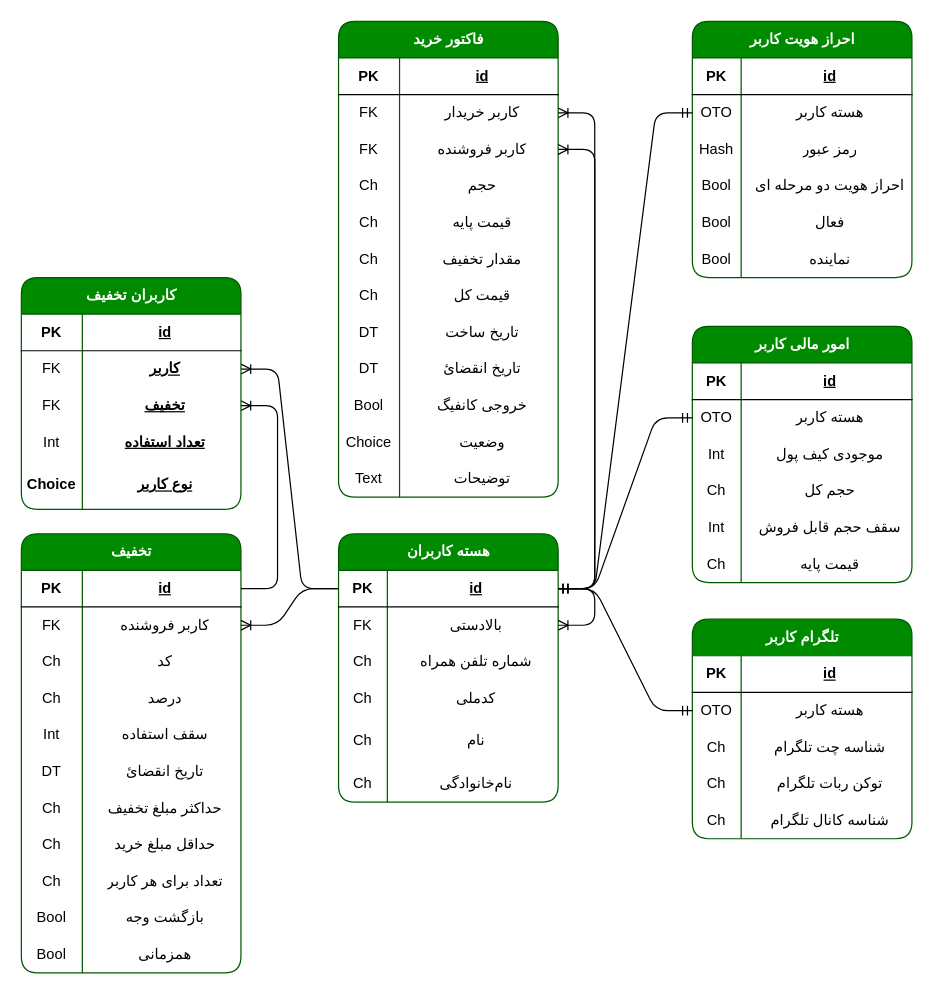
Before: DBMap.drawio in rasraz/representative_panel, a draw.io diagram. Source tidied: cells renumbered, new cells numbered last; positions are measured from the earlier drawing's top-left corner, leaving out a move shared by most shapes. Both pictures are drawn from the tidied source at 122%, with x=0, y=0 at pixel (21, 21).
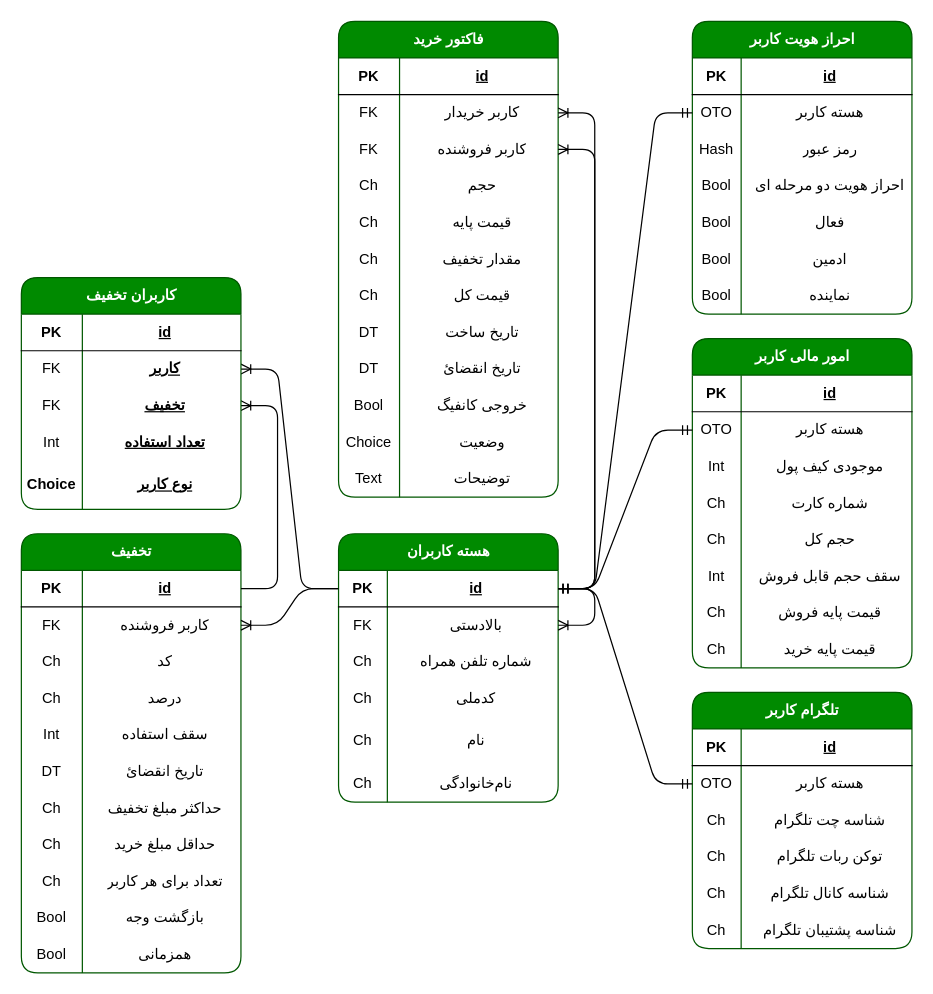
After the change.

What changed in the source:
```diff
@@
     <mxCell id="96" value="احراز هویت کاربر" style="shape=table;startSize=30;childLayout=tableLayout;rowLines=0;fontStyle=1;align=center;html=1;rounded=1;fillColor=#008a00;fontColor=#ffffff;strokeColor=#005700;swimlaneFillColor=default;" parent="1" vertex="1">
-      <mxGeometry x="550" width="180" height="210" as="geometry" />
+      <mxGeometry x="550" width="180" height="240" as="geometry" />
     </mxCell>
@@
+    <mxCell id="171" style="shape=tableRow;horizontal=0;startSize=0;swimlaneHead=0;swimlaneBody=0;fillColor=none;top=0;left=0;right=0;bottom=0;swimlaneFillColor=default;" parent="96" vertex="1">
+      <mxGeometry y="180" width="180" height="30" as="geometry" />
+    </mxCell>
+    <mxCell id="172" value="Bool" style="shape=partialRectangle;fillColor=none;top=0;left=0;bottom=0;right=0;overflow=hidden;whiteSpace=wrap;html=1;swimlaneFillColor=default;" parent="171" vertex="1">
+      <mxGeometry width="40" height="30" as="geometry" />
+    </mxCell>
+    <mxCell id="173" value="ادمین" style="shape=partialRectangle;fillColor=none;top=0;left=0;bottom=0;right=0;align=center;spacingLeft=6;overflow=hidden;whiteSpace=wrap;html=1;swimlaneFillColor=default;" parent="171" vertex="1">
+      <mxGeometry x="40" width="140" height="30" as="geometry" />
+    </mxCell>
     <mxCell id="112" style="shape=tableRow;horizontal=0;startSize=0;swimlaneHead=0;swimlaneBody=0;fillColor=none;top=0;left=0;right=0;bottom=0;swimlaneFillColor=default;" parent="96" vertex="1">
-      <mxGeometry y="180" width="180" height="30" as="geometry" />
+      <mxGeometry y="210" width="180" height="30" as="geometry" />
     </mxCell>
@@
     <mxCell id="115" value="امور مالی کاربر" style="shape=table;startSize=30;childLayout=tableLayout;rowLines=0;fontStyle=1;align=center;html=1;rounded=1;fillColor=#008a00;fontColor=#ffffff;strokeColor=#005700;swimlaneFillColor=default;" parent="1" vertex="1">
-      <mxGeometry x="550" y="250" width="180" height="210" as="geometry" />
+      <mxGeometry x="550" y="260" width="180" height="270" as="geometry" />
     </mxCell>
@@
+    <mxCell id="174" style="shape=tableRow;horizontal=0;startSize=0;swimlaneHead=0;swimlaneBody=0;fillColor=none;top=0;left=0;right=0;bottom=0;swimlaneFillColor=default;fontColor=#ffffff;strokeColor=#006EAF;" parent="115" vertex="1">
+      <mxGeometry y="120" width="180" height="30" as="geometry" />
+    </mxCell>
+    <mxCell id="175" value="Ch" style="shape=partialRectangle;fillColor=none;top=0;left=0;bottom=0;right=0;overflow=hidden;whiteSpace=wrap;html=1;swimlaneFillColor=default;" parent="174" vertex="1">
+      <mxGeometry width="40" height="30" as="geometry" />
+    </mxCell>
+    <mxCell id="176" value="شماره کارت" style="shape=partialRectangle;fillColor=none;top=0;left=0;bottom=0;right=0;align=center;spacingLeft=6;overflow=hidden;whiteSpace=wrap;html=1;swimlaneFillColor=default;" parent="174" vertex="1">
+      <mxGeometry x="40" width="140" height="30" as="geometry" />
+    </mxCell>
     <mxCell id="125" style="shape=tableRow;horizontal=0;startSize=0;swimlaneHead=0;swimlaneBody=0;fillColor=none;top=0;left=0;right=0;bottom=0;swimlaneFillColor=default;" parent="115" vertex="1">
-      <mxGeometry y="120" width="180" height="30" as="geometry" />
+      <mxGeometry y="150" width="180" height="30" as="geometry" />
     </mxCell>
@@
     <mxCell id="128" style="shape=tableRow;horizontal=0;startSize=0;swimlaneHead=0;swimlaneBody=0;fillColor=none;top=0;left=0;right=0;bottom=0;swimlaneFillColor=default;" parent="115" vertex="1">
-      <mxGeometry y="150" width="180" height="30" as="geometry" />
+      <mxGeometry y="180" width="180" height="30" as="geometry" />
     </mxCell>
@@
-    <mxCell id="131" style="shape=tableRow;horizontal=0;startSize=0;swimlaneHead=0;swimlaneBody=0;fillColor=none;top=0;left=0;right=0;bottom=0;swimlaneFillColor=default;" parent="115" vertex="1">
-      <mxGeometry y="180" width="180" height="30" as="geometry" />
+    <mxCell id="131" style="shape=tableRow;horizontal=0;startSize=0;swimlaneHead=0;swimlaneBody=0;fillColor=none;top=0;left=0;right=0;bottom=0;swimlaneFillColor=default;fontColor=#ffffff;strokeColor=#006EAF;" parent="115" vertex="1">
+      <mxGeometry y="210" width="180" height="30" as="geometry" />
     </mxCell>
@@
-    <mxCell id="133" value="قیمت پایه" style="shape=partialRectangle;fillColor=none;top=0;left=0;bottom=0;right=0;align=center;spacingLeft=6;overflow=hidden;whiteSpace=wrap;html=1;swimlaneFillColor=default;" parent="131" vertex="1">
+    <mxCell id="133" value="قیمت پایه فروش" style="shape=partialRectangle;fillColor=none;top=0;left=0;bottom=0;right=0;align=center;spacingLeft=6;overflow=hidden;whiteSpace=wrap;html=1;swimlaneFillColor=default;" parent="131" vertex="1">
       <mxGeometry x="40" width="140" height="30" as="geometry" />
     </mxCell>
+    <mxCell id="177" style="shape=tableRow;horizontal=0;startSize=0;swimlaneHead=0;swimlaneBody=0;fillColor=none;top=0;left=0;right=0;bottom=0;swimlaneFillColor=default;fontColor=#ffffff;strokeColor=#006EAF;" parent="115" vertex="1">
+      <mxGeometry y="240" width="180" height="30" as="geometry" />
+    </mxCell>
+    <mxCell id="178" value="Ch" style="shape=partialRectangle;fillColor=none;top=0;left=0;bottom=0;right=0;overflow=hidden;whiteSpace=wrap;html=1;swimlaneFillColor=default;" parent="177" vertex="1">
+      <mxGeometry width="40" height="30" as="geometry" />
+    </mxCell>
+    <mxCell id="179" value="قیمت پایه خرید" style="shape=partialRectangle;fillColor=none;top=0;left=0;bottom=0;right=0;align=center;spacingLeft=6;overflow=hidden;whiteSpace=wrap;html=1;swimlaneFillColor=default;" parent="177" vertex="1">
+      <mxGeometry x="40" width="140" height="30" as="geometry" />
+    </mxCell>
     <mxCell id="134" value="تلگرام کاربر" style="shape=table;startSize=30;childLayout=tableLayout;rowLines=0;fontStyle=1;align=center;html=1;rounded=1;fillColor=#008a00;fontColor=#ffffff;strokeColor=#005700;swimlaneFillColor=default;" parent="1" vertex="1">
-      <mxGeometry x="550" y="490" width="180" height="180" as="geometry" />
+      <mxGeometry x="550" y="550" width="180" height="210" as="geometry" />
     </mxCell>
@@
+    <mxCell id="180" style="shape=tableRow;horizontal=0;startSize=0;swimlaneHead=0;swimlaneBody=0;fillColor=none;top=0;left=0;right=0;bottom=0;swimlaneFillColor=default;fontColor=#ffffff;strokeColor=#006EAF;" parent="134" vertex="1">
+      <mxGeometry y="180" width="180" height="30" as="geometry" />
+    </mxCell>
+    <mxCell id="181" value="Ch" style="shape=partialRectangle;fillColor=none;top=0;left=0;bottom=0;right=0;overflow=hidden;whiteSpace=wrap;html=1;swimlaneFillColor=default;" parent="180" vertex="1">
+      <mxGeometry width="40" height="30" as="geometry" />
+    </mxCell>
+    <mxCell id="182" value="شناسه پشتیبان تلگرام" style="shape=partialRectangle;fillColor=none;top=0;left=0;bottom=0;right=0;align=center;spacingLeft=6;overflow=hidden;whiteSpace=wrap;html=1;swimlaneFillColor=default;" parent="180" vertex="1">
+      <mxGeometry x="40" width="140" height="30" as="geometry" />
+    </mxCell>
```
